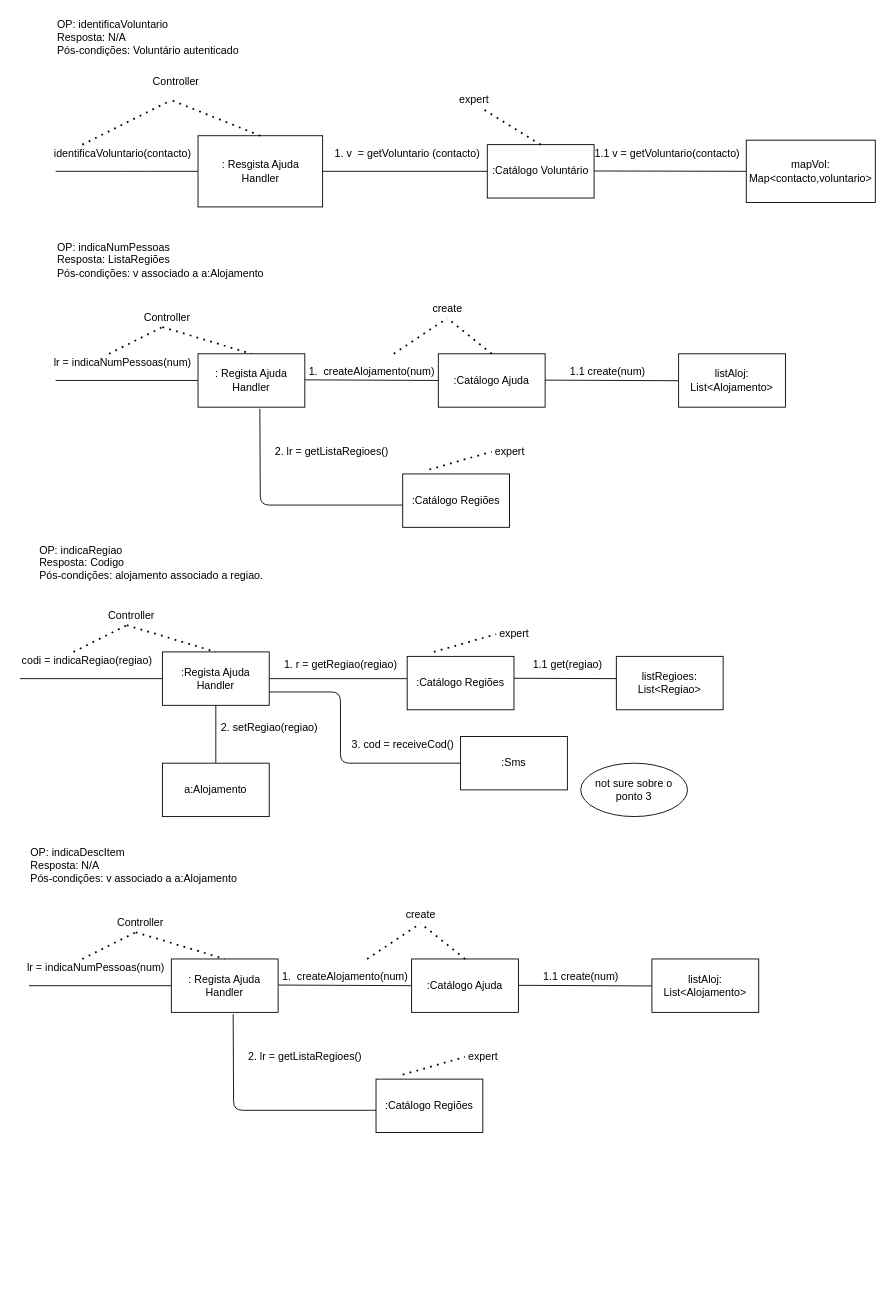
This is MMdiagramainteracao.drawio from paulobolinhas/DCO, a draw.io file, before an edit. Source tidied: cells renumbered, new cells numbered last; positions are measured from the earlier drawing's top-left corner, leaving out a move shared by most shapes. Both pictures are drawn from the tidied source at 89%, with x=0, y=0 at pixel (15, 15).
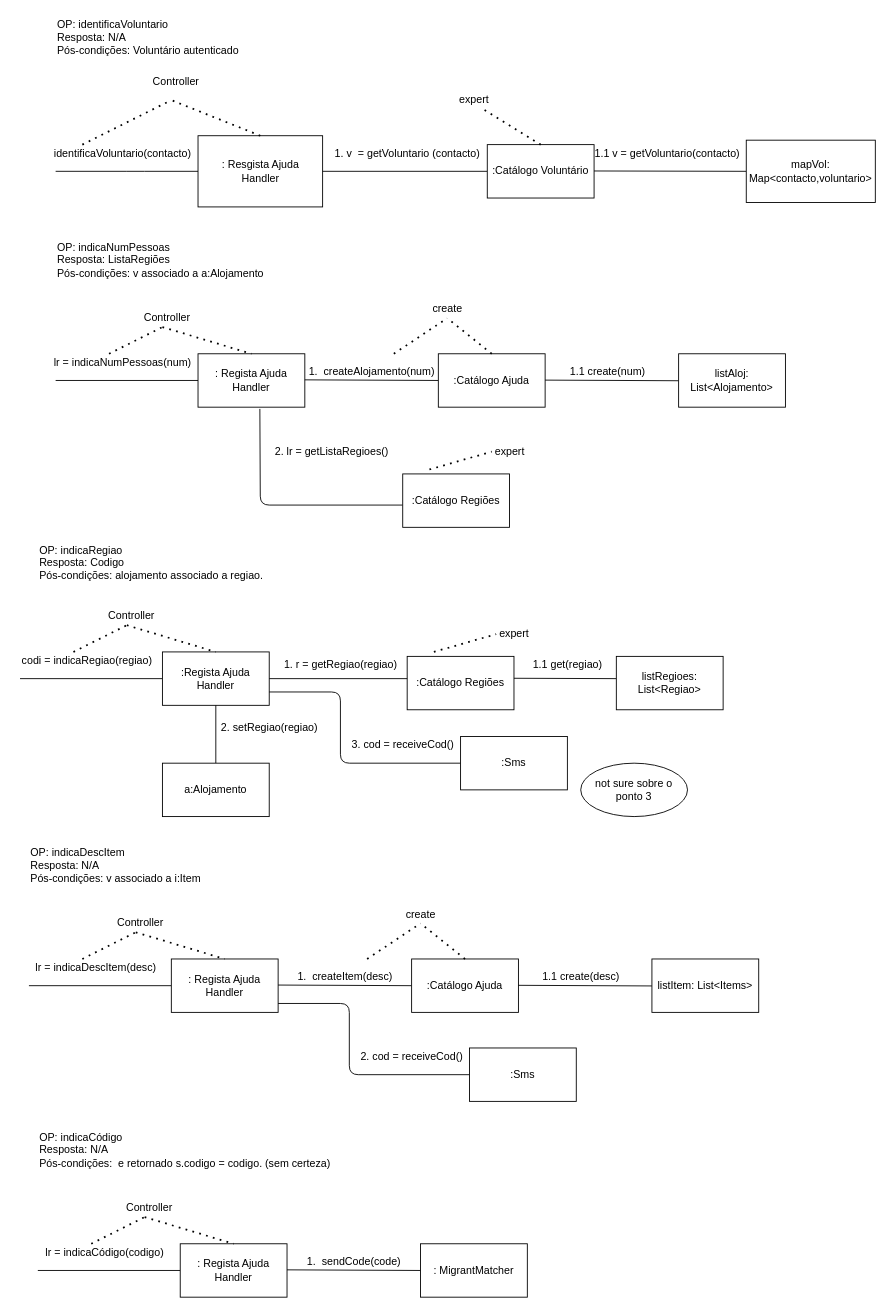
The same diagram, later.

Unchanged cells that the change refers to:
```xml
<mxCell id="60" value=": Regista Ajuda&lt;br&gt;Handler" style="rounded=0;whiteSpace=wrap;html=1;" parent="1" vertex="1">
  <mxGeometry x="175" y="1060" width="120" height="60" as="geometry" />
</mxCell>
```

What changed in the source:
```diff
@@
-    <mxCell id="57" value="OP: indicaDescItem&lt;br&gt;Resposta: N/A&lt;br&gt;Pós-condições:&amp;nbsp;v associado a a:Alojamento" style="text;html=1;align=left;verticalAlign=middle;strokeColor=none;fillColor=none;" parent="1" vertex="1">
-      <mxGeometry x="15" y="930" width="250" height="50" as="geometry" />
+    <mxCell id="57" value="OP: indicaDescItem&lt;br&gt;Resposta: N/A&lt;br&gt;Pós-condições:&amp;nbsp;v associado a i:Item" style="text;html=1;align=left;verticalAlign=middle;strokeColor=none;fillColor=none;" parent="1" vertex="1">
+      <mxGeometry x="15" y="930" width="210" height="50" as="geometry" />
     </mxCell>
-    <mxCell id="58" value="lr = indicaNumPessoas(num)" style="text;html=1;align=center;verticalAlign=middle;strokeColor=none;fillColor=none;" parent="1" vertex="1">
-      <mxGeometry x="5" y="1060" width="170" height="20" as="geometry" />
+    <mxCell id="58" value="lr =&amp;nbsp;indicaDescItem(desc)" style="text;html=1;align=center;verticalAlign=middle;strokeColor=none;fillColor=none;" parent="1" vertex="1">
+      <mxGeometry x="15" y="1060" width="150" height="20" as="geometry" />
     </mxCell>
@@
-    <mxCell id="66" value="1.&amp;nbsp; createAlojamento(num)" style="text;html=1;align=center;verticalAlign=middle;strokeColor=none;fillColor=none;" parent="1" vertex="1">
-      <mxGeometry x="290" y="1070" width="160" height="20" as="geometry" />
+    <mxCell id="66" value="1.&amp;nbsp; createItem(desc)" style="text;html=1;align=center;verticalAlign=middle;strokeColor=none;fillColor=none;" parent="1" vertex="1">
+      <mxGeometry x="310" y="1070" width="120" height="20" as="geometry" />
     </mxCell>
-    <mxCell id="67" style="endArrow=none;html=1;exitX=0.579;exitY=1.032;exitDx=0;exitDy=0;exitPerimeter=0;" parent="1" edge="1" source="60">
-      <mxGeometry relative="1" as="geometry">
-        <mxPoint x="405" y="1230" as="targetPoint" />
-        <Array as="points">
-          <mxPoint x="245" y="1230" />
-        </Array>
-      </mxGeometry>
-    </mxCell>
-    <mxCell id="68" value="2. lr = getListaRegioes()" style="text;html=1;align=center;verticalAlign=middle;strokeColor=none;fillColor=none;" parent="1" vertex="1">
-      <mxGeometry x="255" y="1160" width="140" height="20" as="geometry" />
-    </mxCell>
-    <mxCell id="69" value=":Catálogo Regiões" style="rounded=0;whiteSpace=wrap;html=1;" parent="1" vertex="1">
-      <mxGeometry x="405" y="1195" width="120" height="60" as="geometry" />
-    </mxCell>
@@
-    <mxCell id="73" style="endArrow=none;dashed=1;html=1;dashPattern=1 3;strokeWidth=2;" parent="1" edge="1">
-      <mxGeometry relative="1" as="geometry">
-        <mxPoint x="435" y="1190" as="sourcePoint" />
-        <mxPoint x="505" y="1170" as="targetPoint" />
-      </mxGeometry>
-    </mxCell>
-    <mxCell id="74" value="expert" style="text;html=1;align=center;verticalAlign=middle;strokeColor=none;fillColor=none;" parent="1" vertex="1">
-      <mxGeometry x="500" y="1160" width="50" height="20" as="geometry" />
-    </mxCell>
@@
-    <mxCell id="76" value="listAloj: List&amp;lt;Alojamento&amp;gt;" style="rounded=0;whiteSpace=wrap;html=1;" parent="1" vertex="1">
+    <mxCell id="76" value="listItem: List&amp;lt;Items&amp;gt;" style="rounded=0;whiteSpace=wrap;html=1;" parent="1" vertex="1">
       <mxGeometry x="715" y="1060" width="120" height="60" as="geometry" />
     </mxCell>
-    <mxCell id="77" value="1.1 create(num)" style="text;html=1;align=center;verticalAlign=middle;strokeColor=none;fillColor=none;" parent="1" vertex="1">
+    <mxCell id="77" value="1.1 create(desc)" style="text;html=1;align=center;verticalAlign=middle;strokeColor=none;fillColor=none;" parent="1" vertex="1">
       <mxGeometry x="585" y="1070" width="100" height="20" as="geometry" />
     </mxCell>
@@
+    <mxCell id="82" value="OP:&amp;nbsp;&lt;span style=&quot;text-align: center&quot;&gt;indicaCódigo&lt;/span&gt;&lt;br&gt;Resposta: N/A&lt;br&gt;Pós-condições:&amp;nbsp;&amp;nbsp;e retornado s.codigo = codigo. (sem certeza)" style="text;html=1;align=left;verticalAlign=middle;strokeColor=none;fillColor=none;" parent="1" vertex="1">
+      <mxGeometry x="25" y="1250" width="340" height="50" as="geometry" />
+    </mxCell>
+    <mxCell id="83" value="lr =&amp;nbsp;indicaCódigo(codigo)" style="text;html=1;align=center;verticalAlign=middle;strokeColor=none;fillColor=none;" parent="1" vertex="1">
+      <mxGeometry x="25" y="1380" width="150" height="20" as="geometry" />
+    </mxCell>
+    <mxCell id="84" style="endArrow=none;html=1;" parent="1" edge="1" target="85">
+      <mxGeometry relative="1" as="geometry">
+        <mxPoint x="25" y="1410" as="sourcePoint" />
+      </mxGeometry>
+    </mxCell>
+    <mxCell id="85" value=": Regista Ajuda&lt;br&gt;Handler" style="rounded=0;whiteSpace=wrap;html=1;" parent="1" vertex="1">
+      <mxGeometry x="185" y="1380" width="120" height="60" as="geometry" />
+    </mxCell>
+    <mxCell id="86" style="endArrow=none;dashed=1;html=1;dashPattern=1 3;strokeWidth=2;" parent="1" edge="1">
+      <mxGeometry relative="1" as="geometry">
+        <mxPoint x="85" y="1380" as="sourcePoint" />
+        <mxPoint x="145" y="1350" as="targetPoint" />
+      </mxGeometry>
+    </mxCell>
+    <mxCell id="87" style="endArrow=none;dashed=1;html=1;dashPattern=1 3;strokeWidth=2;entryX=0.5;entryY=0;entryDx=0;entryDy=0;" parent="1" edge="1" target="85">
+      <mxGeometry relative="1" as="geometry">
+        <mxPoint x="145" y="1350" as="sourcePoint" />
+      </mxGeometry>
+    </mxCell>
+    <mxCell id="88" value="Controller" style="text;html=1;align=center;verticalAlign=middle;strokeColor=none;fillColor=none;" parent="1" vertex="1">
+      <mxGeometry x="115" y="1330" width="70" height="20" as="geometry" />
+    </mxCell>
+    <mxCell id="89" style="endArrow=none;html=1;entryX=0;entryY=0.5;entryDx=0;entryDy=0;" parent="1" edge="1" target="90">
+      <mxGeometry relative="1" as="geometry">
+        <mxPoint x="305" y="1409.3" as="sourcePoint" />
+      </mxGeometry>
+    </mxCell>
+    <mxCell id="90" value=": MigrantMatcher" style="rounded=0;whiteSpace=wrap;html=1;" parent="1" vertex="1">
+      <mxGeometry x="455" y="1380" width="120" height="60" as="geometry" />
+    </mxCell>
+    <mxCell id="91" value="1.&amp;nbsp; sendCode(code)" style="text;html=1;align=center;verticalAlign=middle;strokeColor=none;fillColor=none;" parent="1" vertex="1">
+      <mxGeometry x="320" y="1390" width="120" height="20" as="geometry" />
+    </mxCell>
+    <mxCell id="92" style="endArrow=none;html=1;entryX=0;entryY=0.5;entryDx=0;entryDy=0;" parent="1" edge="1" target="94">
+      <mxGeometry relative="1" as="geometry">
+        <mxPoint x="295" y="1110" as="sourcePoint" />
+        <Array as="points">
+          <mxPoint x="375" y="1110" />
+          <mxPoint x="375" y="1190" />
+        </Array>
+      </mxGeometry>
+    </mxCell>
+    <mxCell id="93" value="2. cod = receiveCod()" style="text;html=1;align=center;verticalAlign=middle;strokeColor=none;fillColor=none;" parent="1" vertex="1">
+      <mxGeometry x="380" y="1160" width="130" height="20" as="geometry" />
+    </mxCell>
+    <mxCell id="94" value=":Sms" style="rounded=0;whiteSpace=wrap;html=1;" parent="1" vertex="1">
+      <mxGeometry x="510" y="1160" width="120" height="60" as="geometry" />
+    </mxCell>
```
